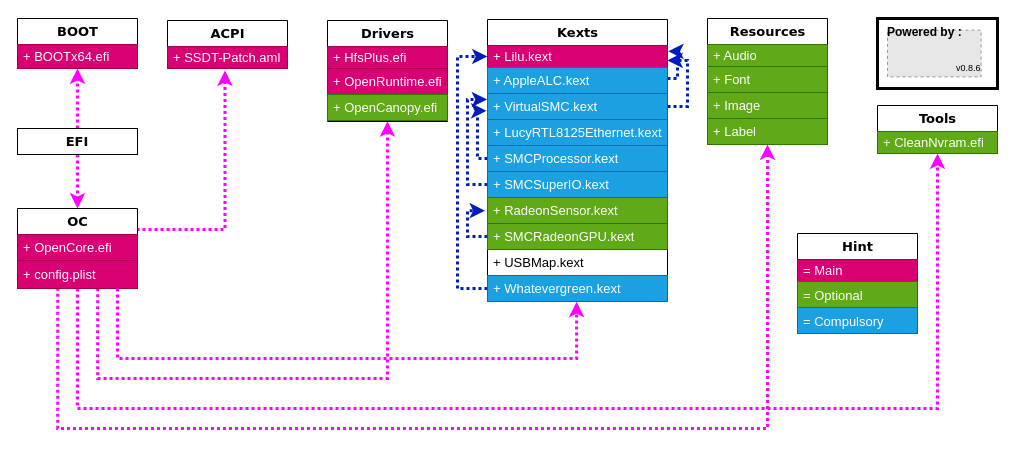
The draw.io diagram OpenCore.drawio in iamyounix/msimagb460_tomahawk, before the edit. Source tidied: cells renumbered, new cells numbered last; positions are measured from the earlier drawing's top-left corner, leaving out a move shared by most shapes. Both pictures are drawn from the tidied source at 100%, with x=0, y=0 at pixel (17, 17). Pictures stored in the file or linked from it are replaced by grey dashed boxes.
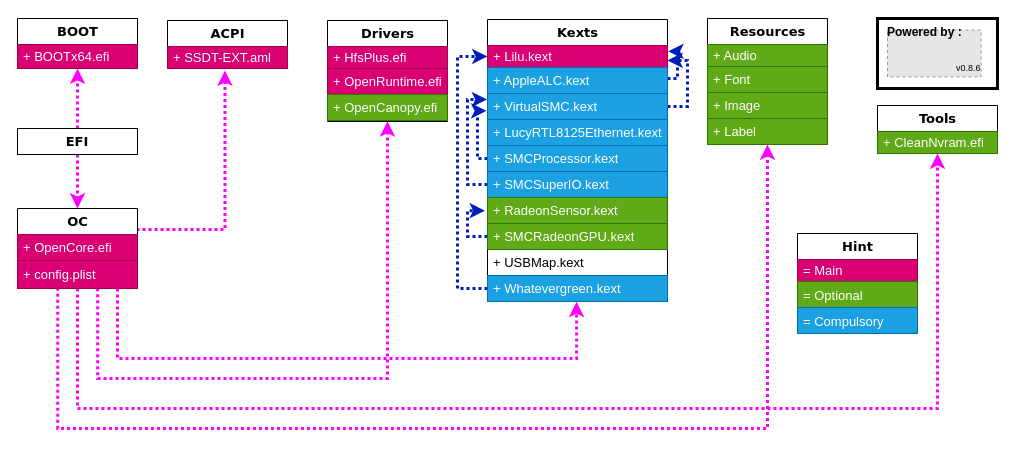
Above is the later version.

The change refers to these unchanged cells:
```xml
<mxCell id="15" value="ACPI" style="swimlane;html=1;fontStyle=1;align=center;verticalAlign=middle;horizontal=1;startSize=26;swimlaneFillColor=#ffffff;rounded=0;shadow=0;comic=0;labelBackgroundColor=none;strokeWidth=1;fontFamily=Verdana;fontSize=13;" parent="1" vertex="1">
  <mxGeometry x="150" y="3" width="120" height="48" as="geometry" />
</mxCell>
```

Diff of the diagram source:
```diff
@@
-    <mxCell id="16" value="+ SSDT-Patch.aml" style="text;html=1;strokeColor=#A50040;fillColor=#d80073;align=left;verticalAlign=middle;spacingLeft=4;spacingRight=4;whiteSpace=wrap;overflow=hidden;points=[[0,0.5],[1,0.5]];portConstraint=eastwest;fontSize=13;fontColor=#ffffff;" parent="15" vertex="1">
+    <mxCell id="16" value="+ SSDT-EXT.aml" style="text;html=1;strokeColor=#A50040;fillColor=#d80073;align=left;verticalAlign=middle;spacingLeft=4;spacingRight=4;whiteSpace=wrap;overflow=hidden;points=[[0,0.5],[1,0.5]];portConstraint=eastwest;fontSize=13;fontColor=#ffffff;" parent="15" vertex="1">
       <mxGeometry y="26" width="120" height="22" as="geometry" />
     </mxCell>
```
